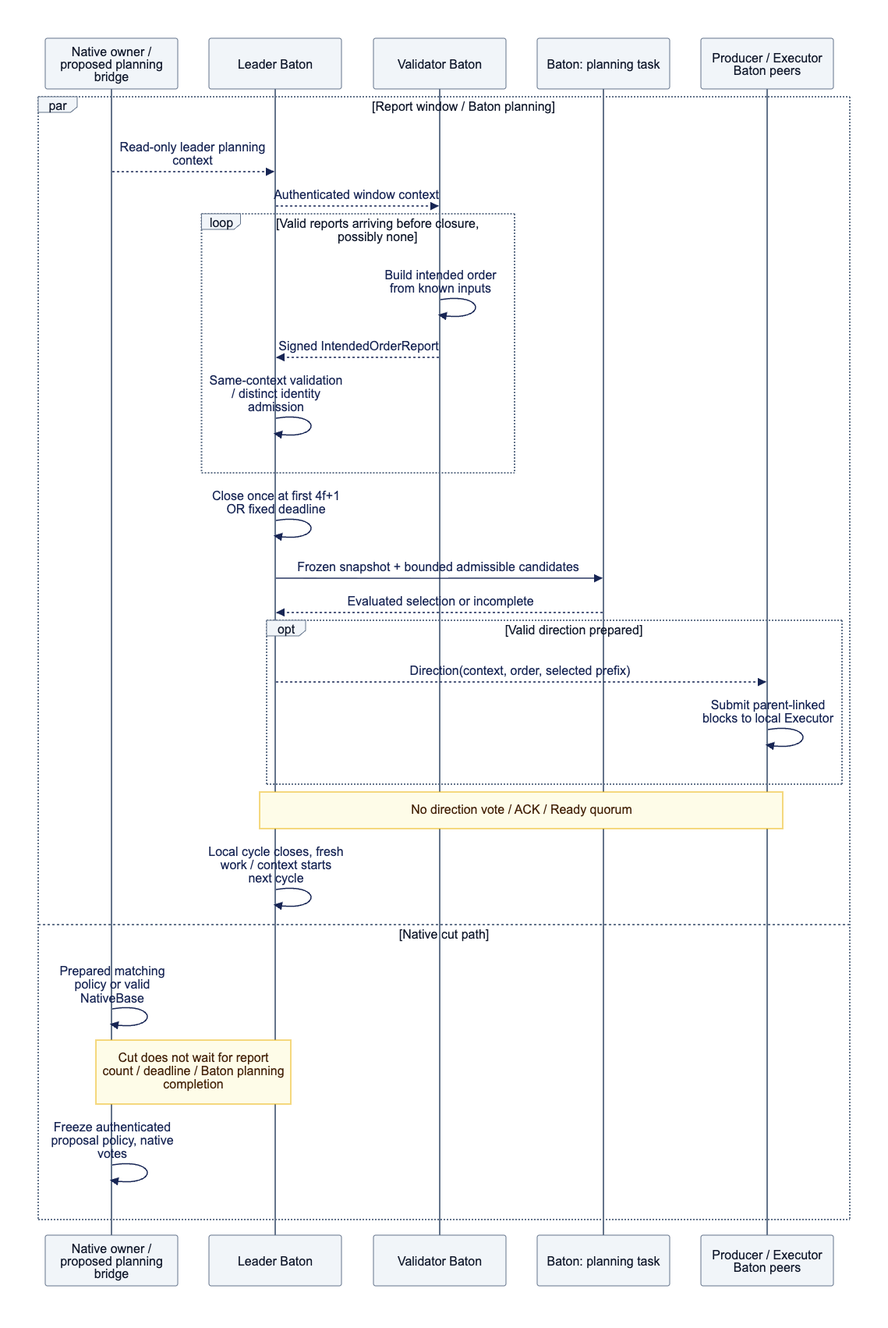
Before: docs/assets/diagrams/diagram-06.png, a diagram exported from Mermaid (djm07073/baton-research). Its source is kept beside it as docs/assets/diagrams/diagram-06.mmd.
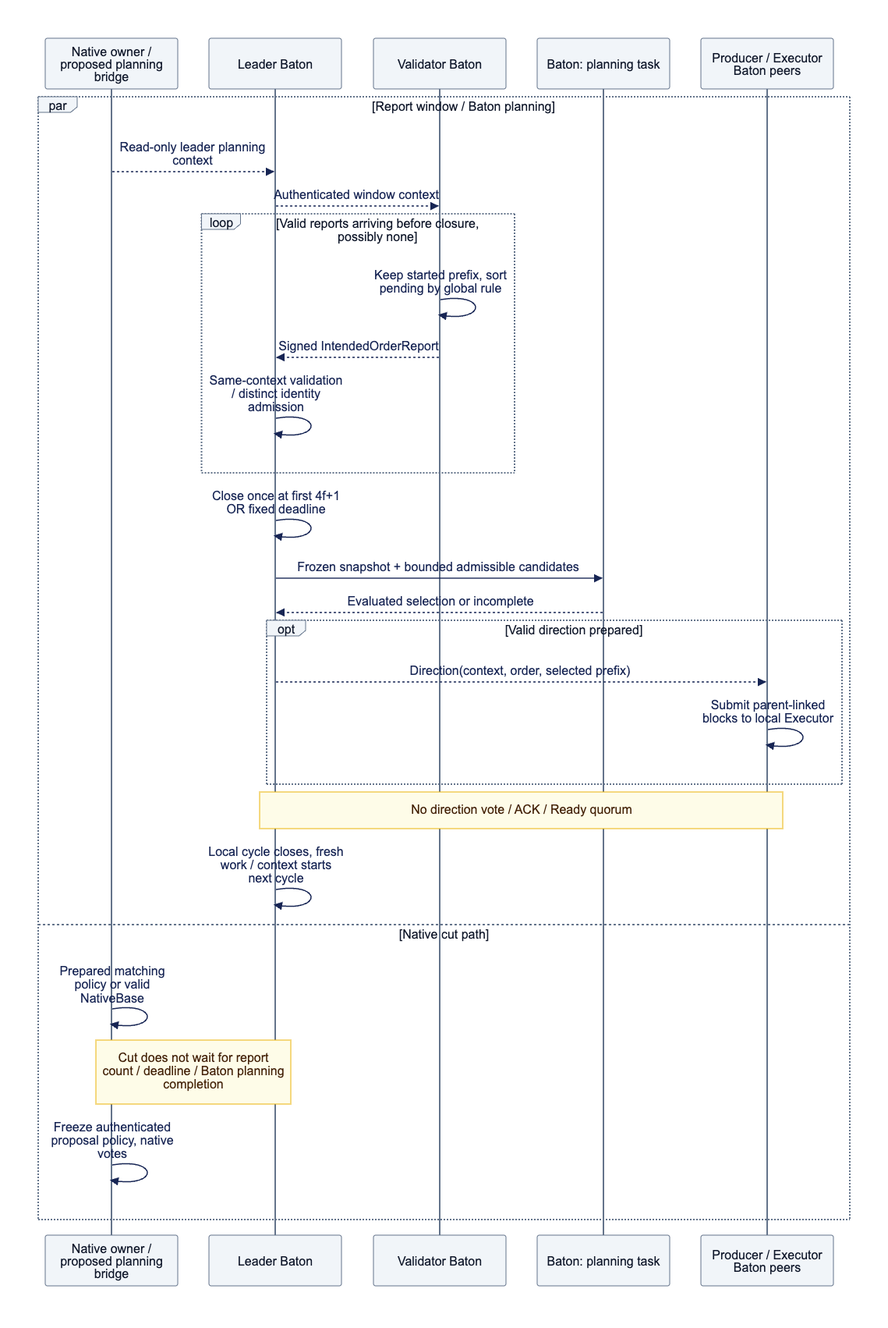
After the change.

Change to the diagram source:
```diff
@@ -8,7 +8,7 @@
         N-->>L: Read-only leader planning context
         L-->>V: Authenticated window context
         loop Valid reports arriving before closure, possibly none
-            V->>V: Build intended order from known inputs
+            V->>V: Keep started prefix, sort pending by global rule
             V-->>L: Signed IntendedOrderReport
             L->>L: Same-context validation / distinct identity admission
         end
```
